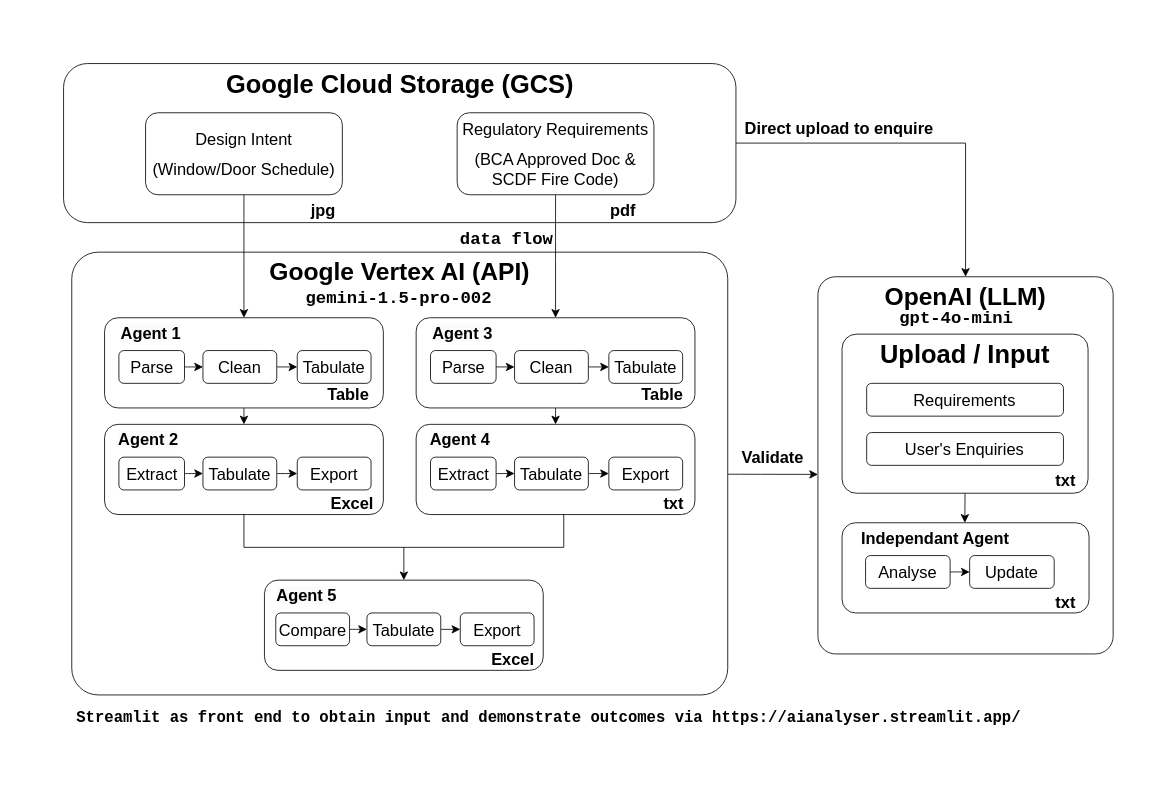
This is pictures/Untitled Diagram.drawio from integrations-space/streamlit, a draw.io file, before an edit. Source tidied: cells renumbered, new cells numbered last; positions are measured from the earlier drawing's top-left corner, leaving out a move shared by most shapes. Both pictures are drawn from the tidied source at 82%, with x=0, y=0 at pixel (14, 14).
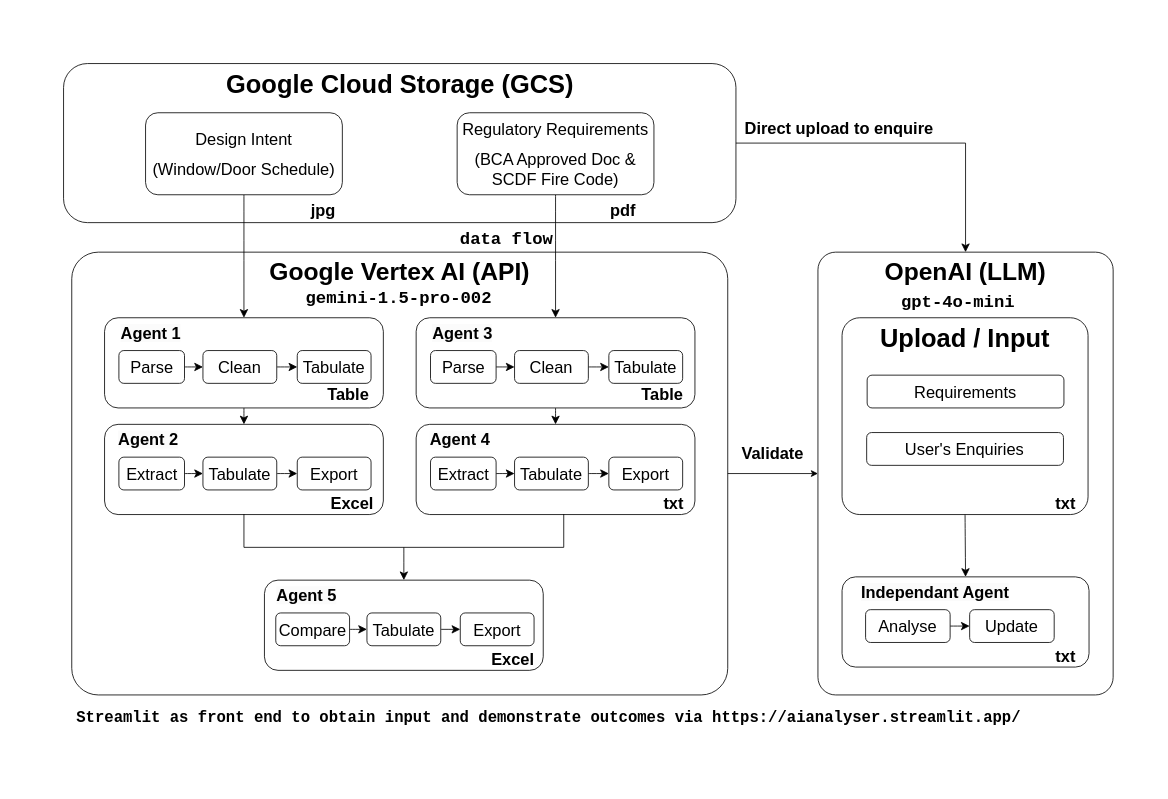
Above is the later version.

The change refers to these unchanged cells:
```xml
<mxCell id="5" value="Google Vertex AI (API)&lt;div&gt;&lt;br/&gt;&lt;/div&gt;" style="rounded=1;whiteSpace=wrap;html=1;glass=0;strokeWidth=1;shadow=0;fontSize=30;fontStyle=1;verticalAlign=top;arcSize=6;" parent="1" vertex="1">
  <mxGeometry x="70" y="290" width="800" height="540" as="geometry" />
</mxCell>
```

What changed in the source:
```diff
@@
     <mxCell id="3" value="&lt;div&gt;OpenAI (LLM)&lt;/div&gt;" style="rounded=1;whiteSpace=wrap;html=1;glass=0;strokeWidth=1;shadow=0;fontSize=30;fontStyle=1;verticalAlign=top;arcSize=6;labelBorderColor=none;" parent="1" vertex="1">
-      <mxGeometry x="980" y="320" width="360" height="460" as="geometry" />
+      <mxGeometry x="980" y="290" width="360" height="540" as="geometry" />
     </mxCell>
     <mxCell id="4" value="Upload / Input" style="rounded=1;html=1;glass=0;strokeWidth=1;shadow=0;verticalAlign=top;fontSize=31;fontStyle=1;arcSize=9;" parent="1" vertex="1">
-      <mxGeometry x="1009.4" y="390" width="300" height="194" as="geometry" />
+      <mxGeometry x="1009.4" y="370" width="300" height="240" as="geometry" />
     </mxCell>
@@
     <mxCell id="61" value="&lt;div style=&quot;font-size: 21px;&quot;&gt;&lt;span style=&quot;font-size: 21px;&quot; id=&quot;docs-internal-guid-1821d3b9-7fff-7af8-b4e6-91dbe0856bd1&quot;&gt;&lt;span style=&quot;font-size: 21px; font-family: &amp;quot;Roboto Mono&amp;quot;, monospace; background-color: transparent; font-variant-numeric: normal; font-variant-east-asian: normal; font-variant-alternates: normal; font-variant-position: normal; vertical-align: baseline; white-space-collapse: preserve;&quot;&gt;gpt-4o-mini&lt;/span&gt;&lt;/span&gt;&lt;/div&gt;" style="text;whiteSpace=wrap;html=1;fontStyle=1;fontColor=#000000;align=center;fontSize=21;" parent="1" vertex="1">
-      <mxGeometry x="989.4" y="350" width="320" height="30" as="geometry" />
+      <mxGeometry x="990.6" y="330" width="320" height="30" as="geometry" />
     </mxCell>
     <mxCell id="62" style="rounded=1;whiteSpace=wrap;html=1;labelBackgroundColor=#1A1A1A;" parent="1" vertex="1">
-      <mxGeometry x="1009.4" y="620" width="301.2" height="110" as="geometry" />
+      <mxGeometry x="1009.4" y="686" width="301.2" height="110" as="geometry" />
     </mxCell>
@@
     <mxCell id="64" value="&lt;p&gt;&lt;span style=&quot;font-size: 20px;&quot;&gt;Analyse&lt;/span&gt;&lt;/p&gt;" style="rounded=1;whiteSpace=wrap;html=1;fontSize=12;glass=0;strokeWidth=1;shadow=0;" parent="1" vertex="1">
-      <mxGeometry x="1038.1" y="660" width="103.1" height="40" as="geometry" />
+      <mxGeometry x="1038.1" y="726" width="103.1" height="40" as="geometry" />
     </mxCell>
     <mxCell id="65" value="&lt;span style=&quot;color: rgb(0, 0, 0); font-family: Helvetica; font-size: 20px; font-style: normal; font-variant-ligatures: normal; font-variant-caps: normal; letter-spacing: normal; orphans: 2; text-align: center; text-indent: 0px; text-transform: none; widows: 2; word-spacing: 0px; -webkit-text-stroke-width: 0px; white-space: normal; background-color: rgb(251, 251, 251); text-decoration-thickness: initial; text-decoration-style: initial; text-decoration-color: initial; float: none; display: inline !important;&quot;&gt;Independant Agent&lt;/span&gt;" style="text;whiteSpace=wrap;html=1;fontStyle=1;" parent="1" vertex="1">
-      <mxGeometry x="1030.6" y="620" width="197.5" height="50" as="geometry" />
+      <mxGeometry x="1030.6" y="686" width="197.5" height="50" as="geometry" />
     </mxCell>
     <mxCell id="66" value="&lt;p&gt;&lt;span style=&quot;font-size: 20px;&quot;&gt;Update&lt;/span&gt;&lt;/p&gt;" style="rounded=1;whiteSpace=wrap;html=1;fontSize=12;glass=0;strokeWidth=1;shadow=0;" parent="1" vertex="1">
-      <mxGeometry x="1165" y="660" width="103.1" height="40" as="geometry" />
+      <mxGeometry x="1165" y="726" width="103.1" height="40" as="geometry" />
     </mxCell>
     <mxCell id="67" value="&lt;div style=&quot;text-align: center;&quot;&gt;&lt;span style=&quot;background-color: initial; font-size: 20px;&quot;&gt;txt&lt;/span&gt;&lt;/div&gt;" style="text;whiteSpace=wrap;html=1;fontStyle=1;" parent="1" vertex="1">
-      <mxGeometry x="1268.1" y="698" width="90" height="50" as="geometry" />
+      <mxGeometry x="1268.1" y="764" width="90" height="50" as="geometry" />
     </mxCell>
     <mxCell id="68" value="&lt;p&gt;&lt;span style=&quot;font-size: 20px;&quot;&gt;Requirements&lt;/span&gt;&lt;/p&gt;" style="rounded=1;whiteSpace=wrap;html=1;fontSize=12;glass=0;strokeWidth=1;shadow=0;" parent="1" vertex="1">
-      <mxGeometry x="1039.4" y="450" width="240" height="40" as="geometry" />
+      <mxGeometry x="1040" y="440" width="240" height="40" as="geometry" />
     </mxCell>
-    <mxCell id="69" style="edgeStyle=none;curved=1;rounded=0;jettySize=auto;html=1;fontSize=12;startSize=8;endSize=8;exitX=0.5;exitY=1;exitDx=0;exitDy=0;" parent="1" edge="1" source="4">
-      <mxGeometry relative="1" as="geometry">
-        <mxPoint x="1159.1" y="620" as="targetPoint" />
-      </mxGeometry>
+    <mxCell id="69" style="edgeStyle=none;curved=1;rounded=0;jettySize=auto;html=1;fontSize=12;startSize=8;endSize=8;exitX=0.5;exitY=1;exitDx=0;exitDy=0;entryX=0.5;entryY=0;entryDx=0;entryDy=0;" parent="1" edge="1" source="4" target="62">
+      <mxGeometry relative="1" as="geometry" />
     </mxCell>
@@
     <mxCell id="71" value="&lt;div style=&quot;text-align: center;&quot;&gt;&lt;span style=&quot;background-color: initial; font-size: 20px;&quot;&gt;txt&lt;/span&gt;&lt;/div&gt;" style="text;whiteSpace=wrap;html=1;fontStyle=1;" parent="1" vertex="1">
-      <mxGeometry x="1268.1" y="550" width="90" height="50" as="geometry" />
+      <mxGeometry x="1268.1" y="578" width="90" height="30" as="geometry" />
     </mxCell>
@@
     <mxCell id="74" value="&lt;div style=&quot;&quot;&gt;&lt;span style=&quot;font-size: 20px;&quot;&gt;Validate&lt;/span&gt;&lt;/div&gt;" style="text;whiteSpace=wrap;html=1;fontStyle=1;align=center;verticalAlign=bottom;" parent="1" vertex="1">
-      <mxGeometry x="870" y="505" width="110" height="50" as="geometry" />
+      <mxGeometry x="870" y="515" width="110" height="35" as="geometry" />
     </mxCell>
-    <mxCell id="75" style="edgeStyle=none;curved=1;rounded=0;jettySize=auto;html=1;entryX=0;entryY=0.524;entryDx=0;entryDy=0;entryPerimeter=0;fontSize=12;startSize=8;endSize=8;" parent="1" edge="1" source="5" target="3">
-      <mxGeometry relative="1" as="geometry" />
-    </mxCell>
@@
+    <mxCell id="75" style="endArrow=classic;html=1;rounded=0;exitX=1;exitY=0.5;exitDx=0;exitDy=0;" parent="1" edge="1" source="5" target="3">
+      <mxGeometry relative="1" as="geometry" />
+    </mxCell>
```
